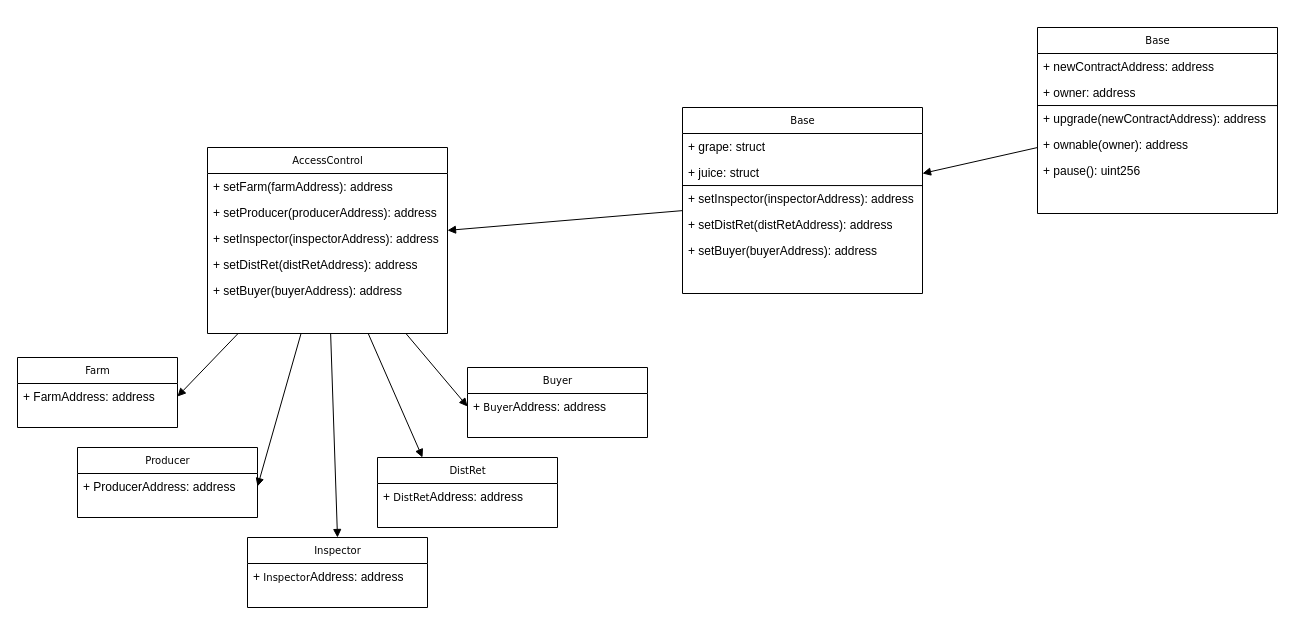
This is project_3_Dapp_Supply_Chain/docs/uml_classes.drawio from lucribas/udacity-blockchaindev-nanodegree, a draw.io file, before an edit. Source tidied: cells renumbered, new cells numbered last; positions are measured from the earlier drawing's top-left corner, leaving out a move shared by most shapes. Both pictures are drawn from the tidied source at 100%, with x=0, y=0 at pixel (17, 27).
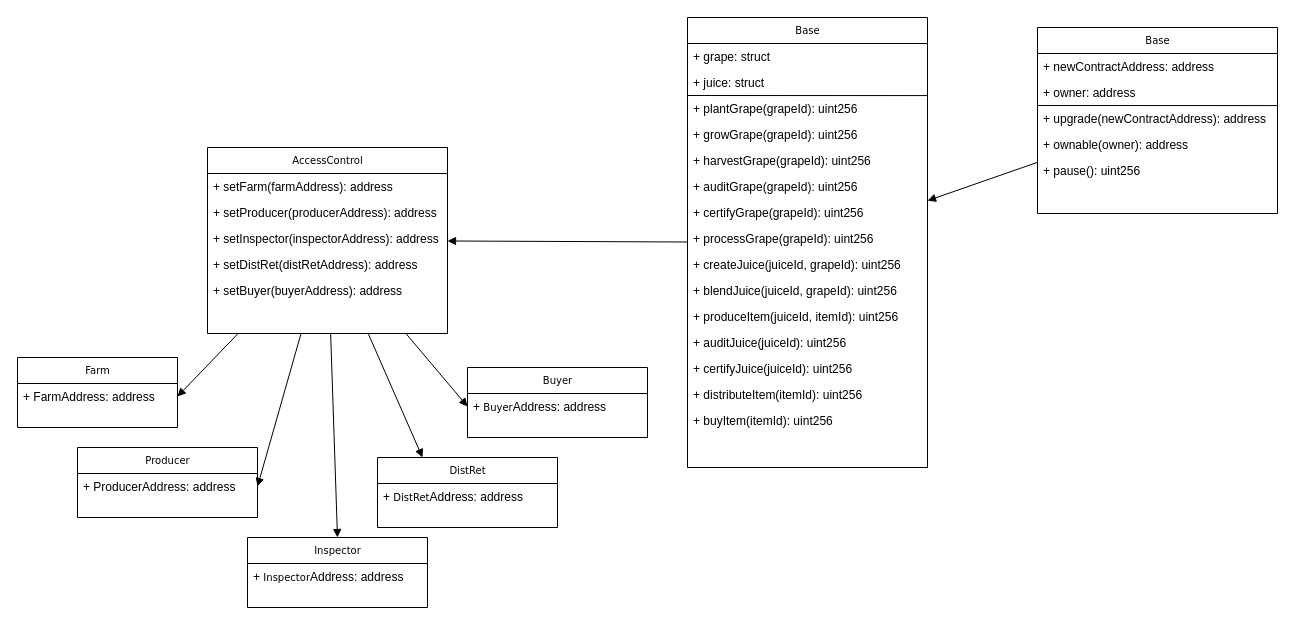
The same diagram, later.

Commit message (it also covers changes not shown here):
[Dapp Supply Chain] added UML diagrams

What changed in the source:
```diff
@@
     <mxCell id="23" value="Base" style="swimlane;html=1;fontStyle=0;horizontal=1;startSize=26;fillColor=none;swimlaneFillColor=#ffffff;rounded=0;shadow=0;comic=0;labelBackgroundColor=none;strokeWidth=1;fontFamily=Verdana;fontSize=10;align=center;" parent="1" vertex="1">
-      <mxGeometry x="665" y="80" width="240" height="186" as="geometry" />
+      <mxGeometry x="670" y="-10" width="240" height="450" as="geometry" />
     </mxCell>
@@
-    <mxCell id="26" value="+ setInspector(inspectorAddress): address" style="text;html=1;strokeColor=none;fillColor=none;align=left;verticalAlign=top;spacingLeft=4;spacingRight=4;whiteSpace=wrap;overflow=hidden;points=[[0,0.5],[1,0.5]];portConstraint=eastwest;" parent="23" vertex="1">
+    <mxCell id="26" value="+ plantGrape(grapeId): uint256" style="text;html=1;strokeColor=none;fillColor=none;align=left;verticalAlign=top;spacingLeft=4;spacingRight=4;whiteSpace=wrap;overflow=hidden;points=[[0,0.5],[1,0.5]];portConstraint=eastwest;" parent="23" vertex="1">
       <mxGeometry y="78" width="240" height="26" as="geometry" />
     </mxCell>
-    <mxCell id="27" value="+ setDistRet(distRetAddress): address" style="text;html=1;strokeColor=none;fillColor=none;align=left;verticalAlign=top;spacingLeft=4;spacingRight=4;whiteSpace=wrap;overflow=hidden;" parent="23" vertex="1">
+    <mxCell id="27" value="+ growGrape(grapeId): uint256" style="text;html=1;strokeColor=none;fillColor=none;align=left;verticalAlign=top;spacingLeft=4;spacingRight=4;whiteSpace=wrap;overflow=hidden;" parent="23" vertex="1">
       <mxGeometry y="104" width="240" height="26" as="geometry" />
     </mxCell>
-    <mxCell id="28" value="+ setBuyer(buyerAddress): address" style="text;html=1;strokeColor=none;fillColor=none;align=left;verticalAlign=top;spacingLeft=4;spacingRight=4;whiteSpace=wrap;overflow=hidden;" parent="23" vertex="1">
+    <mxCell id="28" value="+ harvestGrape(grapeId): uint256" style="text;html=1;strokeColor=none;fillColor=none;align=left;verticalAlign=top;spacingLeft=4;spacingRight=4;whiteSpace=wrap;overflow=hidden;" parent="23" vertex="1">
       <mxGeometry y="130" width="240" height="26" as="geometry" />
     </mxCell>
@@
+    <mxCell id="39" value="+ auditGrape(grapeId): uint256" style="text;html=1;strokeColor=none;fillColor=none;align=left;verticalAlign=top;spacingLeft=4;spacingRight=4;whiteSpace=wrap;overflow=hidden;" parent="23" vertex="1">
+      <mxGeometry y="156" width="240" height="26" as="geometry" />
+    </mxCell>
+    <mxCell id="40" value="+ certifyGrape(grapeId): uint256" style="text;html=1;strokeColor=none;fillColor=none;align=left;verticalAlign=top;spacingLeft=4;spacingRight=4;whiteSpace=wrap;overflow=hidden;" parent="23" vertex="1">
+      <mxGeometry y="182" width="240" height="26" as="geometry" />
+    </mxCell>
+    <mxCell id="41" value="+ processGrape(grapeId): uint256" style="text;html=1;strokeColor=none;fillColor=none;align=left;verticalAlign=top;spacingLeft=4;spacingRight=4;whiteSpace=wrap;overflow=hidden;" parent="23" vertex="1">
+      <mxGeometry y="208" width="240" height="26" as="geometry" />
+    </mxCell>
+    <mxCell id="42" value="+ createJuice(juiceId, grapeId): uint256" style="text;html=1;strokeColor=none;fillColor=none;align=left;verticalAlign=top;spacingLeft=4;spacingRight=4;whiteSpace=wrap;overflow=hidden;" parent="23" vertex="1">
+      <mxGeometry y="234" width="240" height="26" as="geometry" />
+    </mxCell>
+    <mxCell id="43" value="+ blendJuice(juiceId, grapeId): uint256" style="text;html=1;strokeColor=none;fillColor=none;align=left;verticalAlign=top;spacingLeft=4;spacingRight=4;whiteSpace=wrap;overflow=hidden;" parent="23" vertex="1">
+      <mxGeometry y="260" width="240" height="26" as="geometry" />
+    </mxCell>
+    <mxCell id="44" value="+ produceItem(juiceId, itemId): uint256" style="text;html=1;strokeColor=none;fillColor=none;align=left;verticalAlign=top;spacingLeft=4;spacingRight=4;whiteSpace=wrap;overflow=hidden;" parent="23" vertex="1">
+      <mxGeometry y="286" width="240" height="26" as="geometry" />
+    </mxCell>
+    <mxCell id="45" value="+ auditJuice(juiceId): uint256" style="text;html=1;strokeColor=none;fillColor=none;align=left;verticalAlign=top;spacingLeft=4;spacingRight=4;whiteSpace=wrap;overflow=hidden;" parent="23" vertex="1">
+      <mxGeometry y="312" width="240" height="26" as="geometry" />
+    </mxCell>
+    <mxCell id="46" value="+ certifyJuice(juiceId): uint256" style="text;html=1;strokeColor=none;fillColor=none;align=left;verticalAlign=top;spacingLeft=4;spacingRight=4;whiteSpace=wrap;overflow=hidden;" parent="23" vertex="1">
+      <mxGeometry y="338" width="240" height="26" as="geometry" />
+    </mxCell>
+    <mxCell id="47" value="+ distributeItem(itemId): uint256" style="text;html=1;strokeColor=none;fillColor=none;align=left;verticalAlign=top;spacingLeft=4;spacingRight=4;whiteSpace=wrap;overflow=hidden;" parent="23" vertex="1">
+      <mxGeometry y="364" width="240" height="26" as="geometry" />
+    </mxCell>
+    <mxCell id="48" value="+ buyItem(itemId): uint256" style="text;html=1;strokeColor=none;fillColor=none;align=left;verticalAlign=top;spacingLeft=4;spacingRight=4;whiteSpace=wrap;overflow=hidden;" parent="23" vertex="1">
+      <mxGeometry y="390" width="240" height="26" as="geometry" />
+    </mxCell>
```
